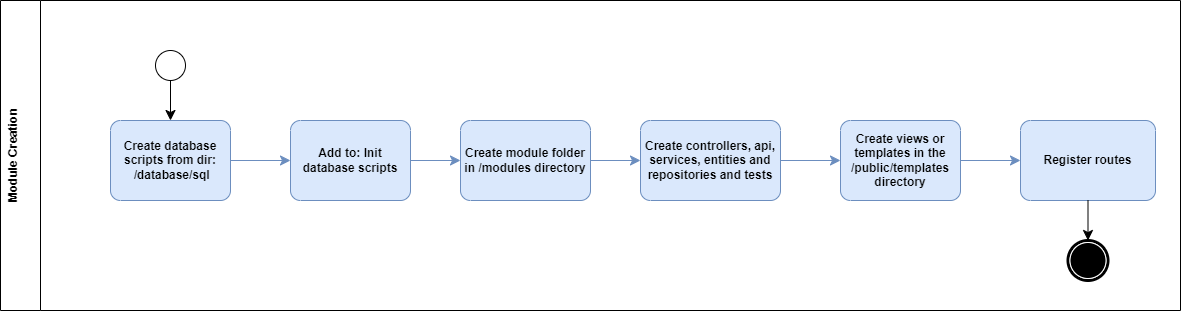
Before: docs/_diagrams/Module Creation.png, a diagram exported from draw.io (ortizdavid/golang-modular-software). Source tidied: cells renumbered, new cells last; positions are measured from the earlier drawing's top-left corner, leaving out a move shared by most shapes.
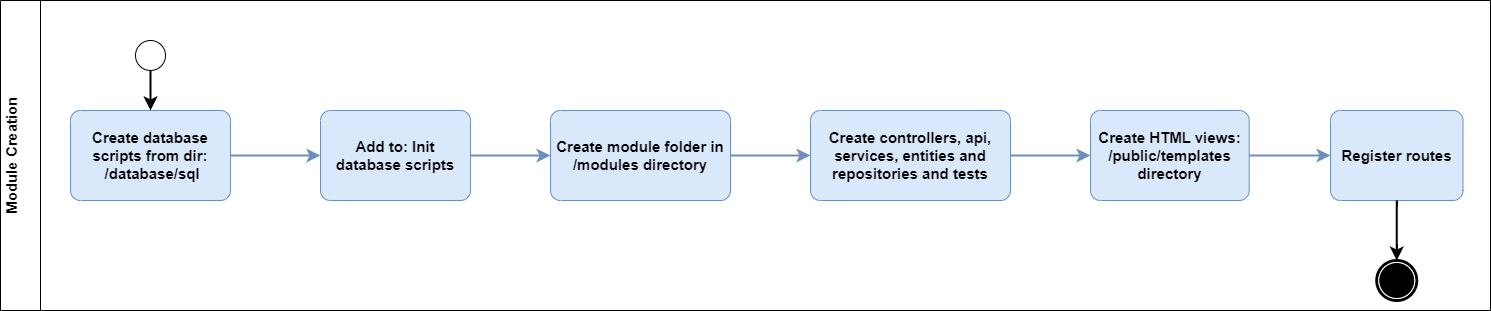
After the commit.

Change to the diagram source:
```diff
@@ -2,58 +2,56 @@
   <root>
     <mxCell id="0" />
     <mxCell id="1" parent="0" />
-    <mxCell id="2" value="&lt;div&gt;Module Creation&lt;/div&gt;&lt;div&gt;&lt;br&gt;&lt;/div&gt;" style="swimlane;startSize=40;horizontal=0;html=1;whiteSpace=wrap;" parent="1" vertex="1">
-      <mxGeometry width="1180" height="310" as="geometry" />
+    <mxCell id="2" value="&lt;div style=&quot;font-size: 15px;&quot;&gt;&lt;font style=&quot;font-size: 15px;&quot;&gt;Module Creation&lt;/font&gt;&lt;/div&gt;&lt;div style=&quot;font-size: 15px;&quot;&gt;&lt;br style=&quot;&quot;&gt;&lt;/div&gt;" style="swimlane;startSize=40;horizontal=0;html=1;whiteSpace=wrap;fontSize=14;" parent="1" vertex="1">
+      <mxGeometry width="1490" height="310" as="geometry" />
     </mxCell>
-    <mxCell id="3" value="Create module folder in /modules directory" style="points=[[0.25,0,0],[0.5,0,0],[0.75,0,0],[1,0.25,0],[1,0.5,0],[1,0.75,0],[0.75,1,0],[0.5,1,0],[0.25,1,0],[0,0.75,0],[0,0.5,0],[0,0.25,0]];shape=mxgraph.bpmn.task;whiteSpace=wrap;rectStyle=rounded;size=10;html=1;taskMarker=abstract;fillColor=#dae8fc;strokeColor=#6c8ebf;fontStyle=1;" parent="2" vertex="1">
-      <mxGeometry x="460" y="120" width="130" height="80" as="geometry" />
+    <mxCell id="3" value="Create module folder in /modules directory" style="points=[[0.25,0,0],[0.5,0,0],[0.75,0,0],[1,0.25,0],[1,0.5,0],[1,0.75,0],[0.75,1,0],[0.5,1,0],[0.25,1,0],[0,0.75,0],[0,0.5,0],[0,0.25,0]];shape=mxgraph.bpmn.task;whiteSpace=wrap;rectStyle=rounded;size=10;html=1;taskMarker=abstract;fillColor=#dae8fc;strokeColor=#6c8ebf;fontStyle=1;fontSize=15;" parent="2" vertex="1">
+      <mxGeometry x="550" y="110" width="180" height="90" as="geometry" />
     </mxCell>
-    <mxCell id="4" value="Register routes" style="points=[[0.25,0,0],[0.5,0,0],[0.75,0,0],[1,0.25,0],[1,0.5,0],[1,0.75,0],[0.75,1,0],[0.5,1,0],[0.25,1,0],[0,0.75,0],[0,0.5,0],[0,0.25,0]];shape=mxgraph.bpmn.task;whiteSpace=wrap;rectStyle=rounded;size=10;html=1;taskMarker=abstract;fillColor=#dae8fc;strokeColor=#6c8ebf;fontStyle=1;" parent="2" vertex="1">
-      <mxGeometry x="1020" y="120" width="135" height="80" as="geometry" />
+    <mxCell id="4" value="Register routes" style="points=[[0.25,0,0],[0.5,0,0],[0.75,0,0],[1,0.25,0],[1,0.5,0],[1,0.75,0],[0.75,1,0],[0.5,1,0],[0.25,1,0],[0,0.75,0],[0,0.5,0],[0,0.25,0]];shape=mxgraph.bpmn.task;whiteSpace=wrap;rectStyle=rounded;size=10;html=1;taskMarker=abstract;fillColor=#dae8fc;strokeColor=#6c8ebf;fontStyle=1;fontSize=15;" parent="2" vertex="1">
+      <mxGeometry x="1330" y="110" width="132.5" height="90" as="geometry" />
     </mxCell>
-    <mxCell id="5" value="Create database scripts from dir:&lt;div&gt;&amp;nbsp;/database/sql&lt;/div&gt;" style="points=[[0.25,0,0],[0.5,0,0],[0.75,0,0],[1,0.25,0],[1,0.5,0],[1,0.75,0],[0.75,1,0],[0.5,1,0],[0.25,1,0],[0,0.75,0],[0,0.5,0],[0,0.25,0]];shape=mxgraph.bpmn.task;whiteSpace=wrap;rectStyle=rounded;size=10;html=1;taskMarker=abstract;fillColor=#dae8fc;strokeColor=#6c8ebf;fontStyle=1;" parent="2" vertex="1">
-      <mxGeometry x="110" y="120" width="120" height="80" as="geometry" />
+    <mxCell id="5" value="Create database scripts from dir:&lt;div style=&quot;font-size: 15px;&quot;&gt;&amp;nbsp;/database/sql&lt;/div&gt;" style="points=[[0.25,0,0],[0.5,0,0],[0.75,0,0],[1,0.25,0],[1,0.5,0],[1,0.75,0],[0.75,1,0],[0.5,1,0],[0.25,1,0],[0,0.75,0],[0,0.5,0],[0,0.25,0]];shape=mxgraph.bpmn.task;whiteSpace=wrap;rectStyle=rounded;size=10;html=1;taskMarker=abstract;fillColor=#dae8fc;strokeColor=#6c8ebf;fontStyle=1;fontSize=15;" parent="2" vertex="1">
+      <mxGeometry x="70" y="110" width="160" height="90" as="geometry" />
     </mxCell>
-    <mxCell id="6" value="Add to: Init database scripts" style="points=[[0.25,0,0],[0.5,0,0],[0.75,0,0],[1,0.25,0],[1,0.5,0],[1,0.75,0],[0.75,1,0],[0.5,1,0],[0.25,1,0],[0,0.75,0],[0,0.5,0],[0,0.25,0]];shape=mxgraph.bpmn.task;whiteSpace=wrap;rectStyle=rounded;size=10;html=1;taskMarker=abstract;fillColor=#dae8fc;strokeColor=#6c8ebf;fontStyle=1;" parent="2" vertex="1">
-      <mxGeometry x="290" y="120" width="120" height="80" as="geometry" />
+    <mxCell id="6" value="Add to: Init database scripts" style="points=[[0.25,0,0],[0.5,0,0],[0.75,0,0],[1,0.25,0],[1,0.5,0],[1,0.75,0],[0.75,1,0],[0.5,1,0],[0.25,1,0],[0,0.75,0],[0,0.5,0],[0,0.25,0]];shape=mxgraph.bpmn.task;whiteSpace=wrap;rectStyle=rounded;size=10;html=1;taskMarker=abstract;fillColor=#dae8fc;strokeColor=#6c8ebf;fontStyle=1;fontSize=15;" parent="2" vertex="1">
+      <mxGeometry x="320" y="110" width="150" height="90" as="geometry" />
     </mxCell>
-    <mxCell id="7" value="&lt;div&gt;Create controllers, api, services, entities and repositories and tests&lt;br&gt;&lt;/div&gt;" style="points=[[0.25,0,0],[0.5,0,0],[0.75,0,0],[1,0.25,0],[1,0.5,0],[1,0.75,0],[0.75,1,0],[0.5,1,0],[0.25,1,0],[0,0.75,0],[0,0.5,0],[0,0.25,0]];shape=mxgraph.bpmn.task;whiteSpace=wrap;rectStyle=rounded;size=10;html=1;taskMarker=abstract;fillColor=#dae8fc;strokeColor=#6c8ebf;fontStyle=1;" parent="2" vertex="1">
-      <mxGeometry x="640" y="120" width="140" height="80" as="geometry" />
+    <mxCell id="7" value="&lt;div style=&quot;font-size: 15px;&quot;&gt;Create controllers, api, services, entities and repositories and tests&lt;br style=&quot;font-size: 15px;&quot;&gt;&lt;/div&gt;" style="points=[[0.25,0,0],[0.5,0,0],[0.75,0,0],[1,0.25,0],[1,0.5,0],[1,0.75,0],[0.75,1,0],[0.5,1,0],[0.25,1,0],[0,0.75,0],[0,0.5,0],[0,0.25,0]];shape=mxgraph.bpmn.task;whiteSpace=wrap;rectStyle=rounded;size=10;html=1;taskMarker=abstract;fillColor=#dae8fc;strokeColor=#6c8ebf;fontStyle=1;fontSize=15;" parent="2" vertex="1">
+      <mxGeometry x="810" y="110" width="200" height="90" as="geometry" />
     </mxCell>
-    <mxCell id="8" value="Create views or templates in the /public/templates directory" style="points=[[0.25,0,0],[0.5,0,0],[0.75,0,0],[1,0.25,0],[1,0.5,0],[1,0.75,0],[0.75,1,0],[0.5,1,0],[0.25,1,0],[0,0.75,0],[0,0.5,0],[0,0.25,0]];shape=mxgraph.bpmn.task;whiteSpace=wrap;rectStyle=rounded;size=10;html=1;taskMarker=abstract;fillColor=#dae8fc;strokeColor=#6c8ebf;fontStyle=1;" parent="2" vertex="1">
-      <mxGeometry x="840" y="120" width="120" height="80" as="geometry" />
-    </mxCell>
-    <mxCell id="9" style="edgeStyle=none;curved=1;rounded=0;orthogonalLoop=1;jettySize=auto;html=1;exitX=0.25;exitY=0;exitDx=0;exitDy=0;exitPerimeter=0;fontSize=12;startSize=8;endSize=8;fillColor=#dae8fc;strokeColor=#6c8ebf;fontStyle=1;" parent="2" edge="1" source="6" target="6">
+    <mxCell id="9" style="edgeStyle=none;curved=1;rounded=0;orthogonalLoop=1;jettySize=auto;html=1;exitX=0.25;exitY=0;exitDx=0;exitDy=0;exitPerimeter=0;fontSize=15;startSize=8;endSize=8;fillColor=#dae8fc;strokeColor=#6c8ebf;fontStyle=1;" parent="2" edge="1" source="6" target="6">
       <mxGeometry relative="1" as="geometry" />
     </mxCell>
-    <mxCell id="10" style="points=[[0.145,0.145,0],[0.5,0,0],[0.855,0.145,0],[1,0.5,0],[0.855,0.855,0],[0.5,1,0],[0.145,0.855,0],[0,0.5,0]];shape=mxgraph.bpmn.event;html=1;verticalLabelPosition=bottom;labelBackgroundColor=#ffffff;verticalAlign=top;align=center;perimeter=ellipsePerimeter;outlineConnect=0;outline=standard;symbol=general;fontStyle=1;" parent="2" vertex="1">
-      <mxGeometry x="155" y="50" width="30" height="30" as="geometry" />
+    <mxCell id="10" style="points=[[0.145,0.145,0],[0.5,0,0],[0.855,0.145,0],[1,0.5,0],[0.855,0.855,0],[0.5,1,0],[0.145,0.855,0],[0,0.5,0]];shape=mxgraph.bpmn.event;html=1;verticalLabelPosition=bottom;labelBackgroundColor=#ffffff;verticalAlign=top;align=center;perimeter=ellipsePerimeter;outlineConnect=0;outline=standard;symbol=general;fontStyle=1;fontSize=15;" parent="2" vertex="1">
+      <mxGeometry x="135" y="40" width="30" height="30" as="geometry" />
     </mxCell>
-    <mxCell id="11" style="edgeStyle=none;curved=1;rounded=0;jettySize=auto;html=1;exitX=0.5;exitY=1;exitDx=0;exitDy=0;exitPerimeter=0;entryX=0.5;entryY=0;entryDx=0;entryDy=0;entryPerimeter=0;fontSize=12;startSize=8;endSize=8;fontStyle=1;" parent="2" edge="1" source="10" target="5">
+    <mxCell id="11" style="edgeStyle=none;curved=1;rounded=0;jettySize=auto;html=1;exitX=0.5;exitY=1;exitDx=0;exitDy=0;exitPerimeter=0;entryX=0.5;entryY=0;entryDx=0;entryDy=0;entryPerimeter=0;fontSize=15;startSize=8;endSize=8;fontStyle=1;strokeWidth=2;" parent="2" edge="1" source="10" target="5">
       <mxGeometry relative="1" as="geometry" />
     </mxCell>
-    <mxCell id="12" style="edgeStyle=none;curved=1;rounded=0;jettySize=auto;html=1;entryX=0;entryY=0.5;entryDx=0;entryDy=0;entryPerimeter=0;fontSize=12;startSize=8;endSize=8;fillColor=#dae8fc;strokeColor=#6c8ebf;fontStyle=1;" parent="2" edge="1" source="5" target="6">
+    <mxCell id="12" style="edgeStyle=none;curved=1;rounded=0;jettySize=auto;html=1;entryX=0;entryY=0.5;entryDx=0;entryDy=0;entryPerimeter=0;fontSize=15;startSize=8;endSize=8;fillColor=#dae8fc;strokeColor=#6c8ebf;fontStyle=1;strokeWidth=2;" parent="2" edge="1" source="5" target="6">
       <mxGeometry relative="1" as="geometry" />
     </mxCell>
-    <mxCell id="13" style="edgeStyle=none;curved=1;rounded=0;jettySize=auto;html=1;exitX=1;exitY=0.5;exitDx=0;exitDy=0;exitPerimeter=0;entryX=0;entryY=0.5;entryDx=0;entryDy=0;entryPerimeter=0;fontSize=12;startSize=8;endSize=8;fillColor=#dae8fc;strokeColor=#6c8ebf;fontStyle=1;" parent="2" edge="1" source="6" target="3">
+    <mxCell id="13" style="edgeStyle=none;curved=1;rounded=0;jettySize=auto;html=1;exitX=1;exitY=0.5;exitDx=0;exitDy=0;exitPerimeter=0;entryX=0;entryY=0.5;entryDx=0;entryDy=0;entryPerimeter=0;fontSize=15;startSize=8;endSize=8;fillColor=#dae8fc;strokeColor=#6c8ebf;fontStyle=1;strokeWidth=2;" parent="2" edge="1" source="6" target="3">
       <mxGeometry relative="1" as="geometry" />
     </mxCell>
-    <mxCell id="14" style="edgeStyle=none;curved=1;rounded=0;jettySize=auto;html=1;exitX=1;exitY=0.5;exitDx=0;exitDy=0;exitPerimeter=0;entryX=0;entryY=0.5;entryDx=0;entryDy=0;entryPerimeter=0;fontSize=12;startSize=8;endSize=8;fillColor=#dae8fc;strokeColor=#6c8ebf;fontStyle=1;" parent="2" edge="1" source="3" target="7">
+    <mxCell id="14" style="edgeStyle=none;curved=1;rounded=0;jettySize=auto;html=1;exitX=1;exitY=0.5;exitDx=0;exitDy=0;exitPerimeter=0;entryX=0;entryY=0.5;entryDx=0;entryDy=0;entryPerimeter=0;fontSize=15;startSize=8;endSize=8;fillColor=#dae8fc;strokeColor=#6c8ebf;fontStyle=1;strokeWidth=2;" parent="2" edge="1" source="3" target="7">
       <mxGeometry relative="1" as="geometry" />
     </mxCell>
-    <mxCell id="15" style="edgeStyle=none;curved=1;rounded=0;jettySize=auto;html=1;exitX=1;exitY=0.5;exitDx=0;exitDy=0;exitPerimeter=0;entryX=0;entryY=0.5;entryDx=0;entryDy=0;entryPerimeter=0;fontSize=12;startSize=8;endSize=8;fillColor=#dae8fc;strokeColor=#6c8ebf;fontStyle=1;" parent="2" edge="1" source="7" target="8">
+    <mxCell id="15" style="edgeStyle=none;curved=1;rounded=0;jettySize=auto;html=1;exitX=1;exitY=0.5;exitDx=0;exitDy=0;exitPerimeter=0;entryX=0;entryY=0.5;entryDx=0;entryDy=0;entryPerimeter=0;fontSize=15;startSize=8;endSize=8;fillColor=#dae8fc;strokeColor=#6c8ebf;fontStyle=1;strokeWidth=2;" parent="2" edge="1" source="7" target="8">
       <mxGeometry relative="1" as="geometry" />
     </mxCell>
-    <mxCell id="16" style="edgeStyle=none;curved=1;rounded=0;jettySize=auto;html=1;exitX=1;exitY=0.5;exitDx=0;exitDy=0;exitPerimeter=0;entryX=0;entryY=0.5;entryDx=0;entryDy=0;entryPerimeter=0;fontSize=12;startSize=8;endSize=8;fillColor=#dae8fc;strokeColor=#6c8ebf;fontStyle=1;" parent="2" edge="1" source="8" target="4">
-      <mxGeometry relative="1" as="geometry" />
-    </mxCell>
-    <mxCell id="17" style="points=[[0.145,0.145,0],[0.5,0,0],[0.855,0.145,0],[1,0.5,0],[0.855,0.855,0],[0.5,1,0],[0.145,0.855,0],[0,0.5,0]];shape=mxgraph.bpmn.event;html=1;verticalLabelPosition=bottom;labelBackgroundColor=#ffffff;verticalAlign=top;align=center;perimeter=ellipsePerimeter;outlineConnect=0;outline=end;symbol=terminate;fontStyle=1;" parent="2" vertex="1">
-      <mxGeometry x="1067.5" y="240" width="40" height="40" as="geometry" />
+    <mxCell id="17" style="points=[[0.145,0.145,0],[0.5,0,0],[0.855,0.145,0],[1,0.5,0],[0.855,0.855,0],[0.5,1,0],[0.145,0.855,0],[0,0.5,0]];shape=mxgraph.bpmn.event;html=1;verticalLabelPosition=bottom;labelBackgroundColor=#ffffff;verticalAlign=top;align=center;perimeter=ellipsePerimeter;outlineConnect=0;outline=end;symbol=terminate;fontStyle=1;fontSize=15;" parent="2" vertex="1">
+      <mxGeometry x="1376.2" y="260" width="40" height="40" as="geometry" />
     </mxCell>
-    <mxCell id="18" style="edgeStyle=none;curved=1;rounded=0;jettySize=auto;html=1;entryX=0.5;entryY=0;entryDx=0;entryDy=0;entryPerimeter=0;fontSize=12;startSize=8;endSize=8;fontStyle=1;" parent="2" edge="1" source="4">
-      <mxGeometry relative="1" as="geometry">
-        <mxPoint x="1087.5" y="240" as="targetPoint" />
-      </mxGeometry>
+    <mxCell id="18" style="edgeStyle=none;curved=1;rounded=0;jettySize=auto;html=1;entryX=0.5;entryY=0;entryDx=0;entryDy=0;entryPerimeter=0;fontSize=15;startSize=8;endSize=8;fontStyle=1;strokeWidth=2;" parent="2" edge="1" source="4" target="17">
+      <mxGeometry relative="1" as="geometry" />
     </mxCell>
+    <mxCell id="8" value="Create HTML views: /public/templates directory" style="points=[[0.25,0,0],[0.5,0,0],[0.75,0,0],[1,0.25,0],[1,0.5,0],[1,0.75,0],[0.75,1,0],[0.5,1,0],[0.25,1,0],[0,0.75,0],[0,0.5,0],[0,0.25,0]];shape=mxgraph.bpmn.task;whiteSpace=wrap;rectStyle=rounded;size=10;html=1;taskMarker=abstract;fillColor=#dae8fc;strokeColor=#6c8ebf;fontStyle=1;fontSize=15;" parent="2" vertex="1">
+      <mxGeometry x="1090" y="110" width="158.7" height="90" as="geometry" />
+    </mxCell>
+    <mxCell id="16" style="edgeStyle=none;curved=1;rounded=0;jettySize=auto;html=1;exitX=1;exitY=0.5;exitDx=0;exitDy=0;exitPerimeter=0;entryX=0;entryY=0.5;entryDx=0;entryDy=0;entryPerimeter=0;fontSize=15;startSize=8;endSize=8;fillColor=#dae8fc;strokeColor=#6c8ebf;fontStyle=1;strokeWidth=2;" parent="2" edge="1" source="8" target="4">
+      <mxGeometry relative="1" as="geometry" />
+    </mxCell>
   </root>
 </mxGraphModel>
```
